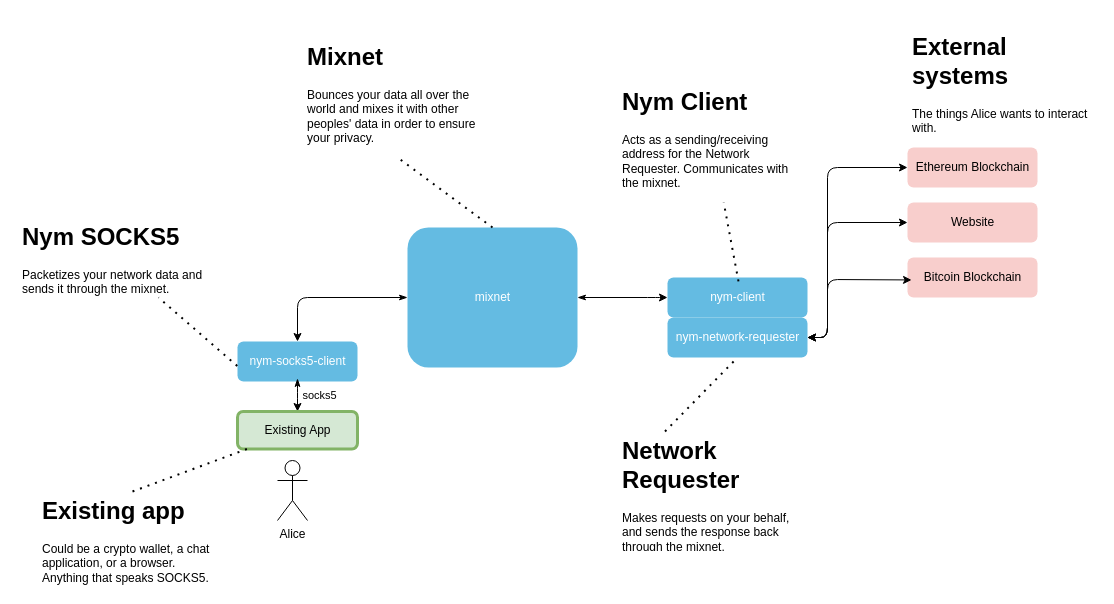
Earlier version of the draw.io diagram static/drawio_files/nym-socks5-architecture.drawio (sven-hash/docs). Source tidied: cells renumbered, new cells numbered last; positions are measured from the earlier drawing's top-left corner, leaving out a move shared by most shapes. Both pictures are drawn from the tidied source at 100%, with x=0, y=0 at pixel (17, 27).
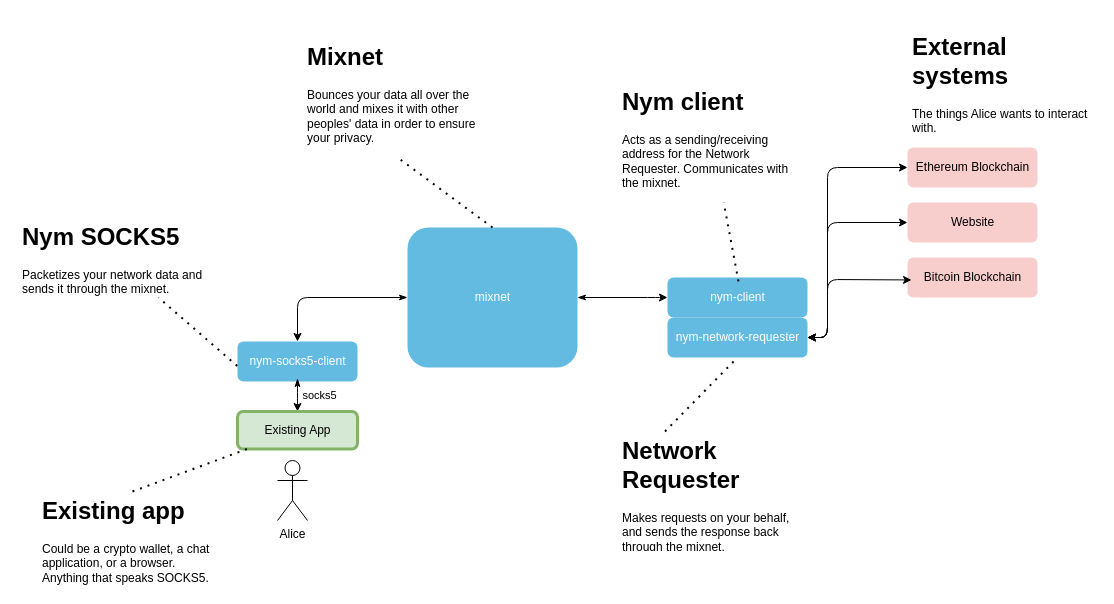
The same diagram, later.

The edit, as a diff of the source:
```diff
@@
-    <mxCell id="23" value="&lt;h1&gt;Nym Client&lt;/h1&gt;&lt;p&gt;Acts as a sending/receiving address for the Network Requester. Communicates with the mixnet.&lt;/p&gt;" style="text;html=1;strokeColor=none;fillColor=none;spacing=5;spacingTop=-20;whiteSpace=wrap;overflow=hidden;rounded=0;" parent="1" vertex="1">
+    <mxCell id="23" value="&lt;h1&gt;Nym client&lt;/h1&gt;&lt;p&gt;Acts as a sending/receiving address for the Network Requester. Communicates with the mixnet.&lt;/p&gt;" style="text;html=1;strokeColor=none;fillColor=none;spacing=5;spacingTop=-20;whiteSpace=wrap;overflow=hidden;rounded=0;" parent="1" vertex="1">
       <mxGeometry x="600" y="55" width="190" height="120" as="geometry" />
     </mxCell>
```
